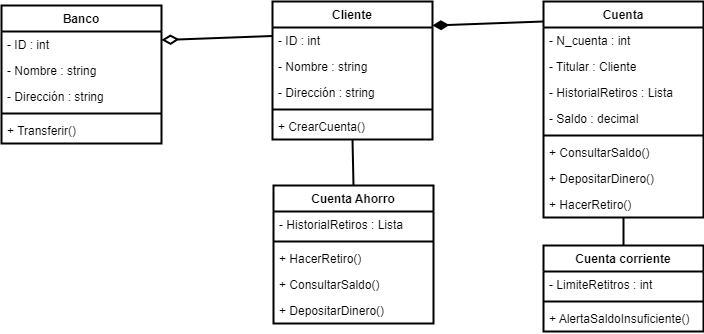
Earlier version of the draw.io export Ejercicios_Modelado/Taller3PNG.drawio.png (Oscar-UCT/Ejercicos_Modelado). Source tidied: cells renumbered, new cells last; positions are measured from the earlier drawing's top-left corner, leaving out a move shared by most shapes.
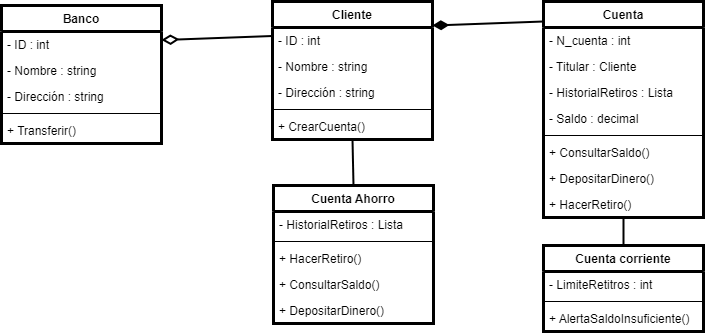
The same file after the commit.

Diff of the diagram source:
```diff
@@ -2,97 +2,97 @@
   <root>
     <mxCell id="0" />
     <mxCell id="1" parent="0" />
-    <mxCell id="2" value="Banco" style="swimlane;fontStyle=1;align=center;verticalAlign=top;horizontal=1;startSize=26;strokeWidth=2;fontColor=#000000;" parent="1" vertex="1">
+    <mxCell id="2" value="Banco" style="swimlane;fontStyle=1;align=center;verticalAlign=top;horizontal=1;startSize=26;strokeWidth=3;fontColor=#000000;" parent="1" vertex="1">
       <mxGeometry y="4" width="160" height="138" as="geometry" />
     </mxCell>
-    <mxCell id="3" value="- ID : int" style="text;strokeColor=none;fillColor=none;align=left;verticalAlign=top;spacingLeft=4;spacingRight=4;overflow=hidden;strokeWidth=2;fontColor=#000000;" parent="2" vertex="1">
+    <mxCell id="3" value="- ID : int" style="text;strokeColor=none;fillColor=none;align=left;verticalAlign=top;spacingLeft=4;spacingRight=4;overflow=hidden;strokeWidth=3;fontColor=#000000;" parent="2" vertex="1">
       <mxGeometry y="26" width="160" height="26" as="geometry" />
     </mxCell>
-    <mxCell id="4" value="- Nombre : string" style="text;strokeColor=none;fillColor=none;align=left;verticalAlign=top;spacingLeft=4;spacingRight=4;overflow=hidden;strokeWidth=2;fontColor=#000000;" parent="2" vertex="1">
+    <mxCell id="4" value="- Nombre : string" style="text;strokeColor=none;fillColor=none;align=left;verticalAlign=top;spacingLeft=4;spacingRight=4;overflow=hidden;strokeWidth=3;fontColor=#000000;" parent="2" vertex="1">
       <mxGeometry y="52" width="160" height="26" as="geometry" />
     </mxCell>
-    <mxCell id="5" value="- Dirección : string" style="text;strokeColor=none;fillColor=none;align=left;verticalAlign=top;spacingLeft=4;spacingRight=4;overflow=hidden;strokeWidth=2;fontColor=#000000;" parent="2" vertex="1">
+    <mxCell id="5" value="- Dirección : string" style="text;strokeColor=none;fillColor=none;align=left;verticalAlign=top;spacingLeft=4;spacingRight=4;overflow=hidden;strokeWidth=3;fontColor=#000000;" parent="2" vertex="1">
       <mxGeometry y="78" width="160" height="26" as="geometry" />
     </mxCell>
-    <mxCell id="6" style="line;strokeWidth=2;fillColor=none;align=left;verticalAlign=middle;spacingTop=-1;spacingLeft=3;spacingRight=3;labelPosition=right;strokeColor=inherit;fontColor=#000000;" parent="2" vertex="1">
+    <mxCell id="6" style="line;strokeWidth=1;fillColor=none;align=left;verticalAlign=middle;spacingTop=-1;spacingLeft=3;spacingRight=3;labelPosition=right;strokeColor=inherit;fontColor=#000000;" parent="2" vertex="1">
       <mxGeometry y="104" width="160" height="8" as="geometry" />
     </mxCell>
-    <mxCell id="7" value="+ Transferir()" style="text;strokeColor=none;fillColor=none;align=left;verticalAlign=top;spacingLeft=4;spacingRight=4;overflow=hidden;strokeWidth=2;fontColor=#000000;" parent="2" vertex="1">
+    <mxCell id="7" value="+ Transferir()" style="text;strokeColor=none;fillColor=none;align=left;verticalAlign=top;spacingLeft=4;spacingRight=4;overflow=hidden;strokeWidth=3;fontColor=#000000;" parent="2" vertex="1">
       <mxGeometry y="112" width="160" height="26" as="geometry" />
     </mxCell>
-    <mxCell id="8" value="Cliente" style="swimlane;fontStyle=1;align=center;verticalAlign=top;horizontal=1;startSize=26;strokeWidth=2;fontColor=#000000;" parent="1" vertex="1">
+    <mxCell id="8" value="Cliente" style="swimlane;fontStyle=1;align=center;verticalAlign=top;horizontal=1;startSize=26;strokeWidth=3;fontColor=#000000;" parent="1" vertex="1">
       <mxGeometry x="271" width="160" height="138" as="geometry" />
     </mxCell>
-    <mxCell id="9" value="- ID : int" style="text;strokeColor=none;fillColor=none;align=left;verticalAlign=top;spacingLeft=4;spacingRight=4;overflow=hidden;strokeWidth=2;fontColor=#000000;" parent="8" vertex="1">
+    <mxCell id="9" value="- ID : int" style="text;strokeColor=none;fillColor=none;align=left;verticalAlign=top;spacingLeft=4;spacingRight=4;overflow=hidden;strokeWidth=3;fontColor=#000000;" parent="8" vertex="1">
       <mxGeometry y="26" width="160" height="26" as="geometry" />
     </mxCell>
-    <mxCell id="10" value="- Nombre : string" style="text;strokeColor=none;fillColor=none;align=left;verticalAlign=top;spacingLeft=4;spacingRight=4;overflow=hidden;strokeWidth=2;fontColor=#000000;" parent="8" vertex="1">
+    <mxCell id="10" value="- Nombre : string" style="text;strokeColor=none;fillColor=none;align=left;verticalAlign=top;spacingLeft=4;spacingRight=4;overflow=hidden;strokeWidth=3;fontColor=#000000;" parent="8" vertex="1">
       <mxGeometry y="52" width="160" height="26" as="geometry" />
     </mxCell>
-    <mxCell id="11" value="- Dirección : string" style="text;strokeColor=none;fillColor=none;align=left;verticalAlign=top;spacingLeft=4;spacingRight=4;overflow=hidden;strokeWidth=2;fontColor=#000000;" parent="8" vertex="1">
+    <mxCell id="11" value="- Dirección : string" style="text;strokeColor=none;fillColor=none;align=left;verticalAlign=top;spacingLeft=4;spacingRight=4;overflow=hidden;strokeWidth=3;fontColor=#000000;" parent="8" vertex="1">
       <mxGeometry y="78" width="160" height="26" as="geometry" />
     </mxCell>
-    <mxCell id="12" style="line;strokeWidth=2;fillColor=none;align=left;verticalAlign=middle;spacingTop=-1;spacingLeft=3;spacingRight=3;labelPosition=right;strokeColor=inherit;fontColor=#000000;" parent="8" vertex="1">
+    <mxCell id="12" style="line;strokeWidth=1;fillColor=none;align=left;verticalAlign=middle;spacingTop=-1;spacingLeft=3;spacingRight=3;labelPosition=right;strokeColor=inherit;fontColor=#000000;" parent="8" vertex="1">
       <mxGeometry y="104" width="160" height="8" as="geometry" />
     </mxCell>
-    <mxCell id="13" value="+ CrearCuenta()" style="text;strokeColor=none;fillColor=none;align=left;verticalAlign=top;spacingLeft=4;spacingRight=4;overflow=hidden;strokeWidth=2;fontColor=#000000;" parent="8" vertex="1">
+    <mxCell id="13" value="+ CrearCuenta()" style="text;strokeColor=none;fillColor=none;align=left;verticalAlign=top;spacingLeft=4;spacingRight=4;overflow=hidden;strokeWidth=3;fontColor=#000000;" parent="8" vertex="1">
       <mxGeometry y="112" width="160" height="26" as="geometry" />
     </mxCell>
-    <mxCell id="14" value="Cuenta Ahorro" style="swimlane;fontStyle=1;align=center;verticalAlign=top;horizontal=1;startSize=26;strokeWidth=2;fontColor=#000000;" parent="1" vertex="1">
+    <mxCell id="14" value="Cuenta Ahorro" style="swimlane;fontStyle=1;align=center;verticalAlign=top;horizontal=1;startSize=26;strokeWidth=3;fontColor=#000000;" parent="1" vertex="1">
       <mxGeometry x="272" y="184" width="160" height="138" as="geometry" />
     </mxCell>
-    <mxCell id="15" value="- HistorialRetiros : Lista" style="text;strokeColor=none;fillColor=none;align=left;verticalAlign=top;spacingLeft=4;spacingRight=4;overflow=hidden;strokeWidth=2;fontColor=#000000;" parent="14" vertex="1">
+    <mxCell id="15" value="- HistorialRetiros : Lista" style="text;strokeColor=none;fillColor=none;align=left;verticalAlign=top;spacingLeft=4;spacingRight=4;overflow=hidden;strokeWidth=3;fontColor=#000000;" parent="14" vertex="1">
       <mxGeometry y="26" width="160" height="26" as="geometry" />
     </mxCell>
-    <mxCell id="16" style="line;strokeWidth=2;fillColor=none;align=left;verticalAlign=middle;spacingTop=-1;spacingLeft=3;spacingRight=3;labelPosition=right;strokeColor=inherit;fontColor=#000000;" parent="14" vertex="1">
+    <mxCell id="16" style="line;strokeWidth=1;fillColor=none;align=left;verticalAlign=middle;spacingTop=-1;spacingLeft=3;spacingRight=3;labelPosition=right;strokeColor=inherit;fontColor=#000000;" parent="14" vertex="1">
       <mxGeometry y="52" width="160" height="8" as="geometry" />
     </mxCell>
-    <mxCell id="17" value="+ HacerRetiro()" style="text;strokeColor=none;fillColor=none;align=left;verticalAlign=top;spacingLeft=4;spacingRight=4;overflow=hidden;strokeWidth=2;fontColor=#000000;" parent="14" vertex="1">
+    <mxCell id="17" value="+ HacerRetiro()" style="text;strokeColor=none;fillColor=none;align=left;verticalAlign=top;spacingLeft=4;spacingRight=4;overflow=hidden;strokeWidth=3;fontColor=#000000;" parent="14" vertex="1">
       <mxGeometry y="60" width="160" height="26" as="geometry" />
     </mxCell>
-    <mxCell id="18" value="+ ConsultarSaldo()" style="text;strokeColor=none;fillColor=none;align=left;verticalAlign=top;spacingLeft=4;spacingRight=4;overflow=hidden;strokeWidth=2;fontColor=#000000;" parent="14" vertex="1">
+    <mxCell id="18" value="+ ConsultarSaldo()" style="text;strokeColor=none;fillColor=none;align=left;verticalAlign=top;spacingLeft=4;spacingRight=4;overflow=hidden;strokeWidth=3;fontColor=#000000;" parent="14" vertex="1">
       <mxGeometry y="86" width="160" height="26" as="geometry" />
     </mxCell>
-    <mxCell id="19" value="+ DepositarDinero()" style="text;strokeColor=none;fillColor=none;align=left;verticalAlign=top;spacingLeft=4;spacingRight=4;overflow=hidden;strokeWidth=2;fontColor=#000000;" parent="14" vertex="1">
+    <mxCell id="19" value="+ DepositarDinero()" style="text;strokeColor=none;fillColor=none;align=left;verticalAlign=top;spacingLeft=4;spacingRight=4;overflow=hidden;strokeWidth=3;fontColor=#000000;" parent="14" vertex="1">
       <mxGeometry y="112" width="160" height="26" as="geometry" />
     </mxCell>
-    <mxCell id="20" value="Cuenta" style="swimlane;fontStyle=1;align=center;verticalAlign=top;horizontal=1;startSize=26;strokeWidth=2;fontColor=#000000;" parent="1" vertex="1">
+    <mxCell id="20" value="Cuenta" style="swimlane;fontStyle=1;align=center;verticalAlign=top;horizontal=1;startSize=26;strokeWidth=3;fontColor=#000000;" parent="1" vertex="1">
       <mxGeometry x="542" width="160" height="216" as="geometry" />
     </mxCell>
-    <mxCell id="21" value="- N_cuenta : int" style="text;strokeColor=none;fillColor=none;align=left;verticalAlign=top;spacingLeft=4;spacingRight=4;overflow=hidden;strokeWidth=2;fontColor=#000000;" parent="20" vertex="1">
+    <mxCell id="21" value="- N_cuenta : int" style="text;strokeColor=none;fillColor=none;align=left;verticalAlign=top;spacingLeft=4;spacingRight=4;overflow=hidden;strokeWidth=3;fontColor=#000000;" parent="20" vertex="1">
       <mxGeometry y="26" width="160" height="26" as="geometry" />
     </mxCell>
-    <mxCell id="22" value="- Titular : Cliente" style="text;strokeColor=none;fillColor=none;align=left;verticalAlign=top;spacingLeft=4;spacingRight=4;overflow=hidden;strokeWidth=2;fontColor=#000000;" parent="20" vertex="1">
+    <mxCell id="22" value="- Titular : Cliente" style="text;strokeColor=none;fillColor=none;align=left;verticalAlign=top;spacingLeft=4;spacingRight=4;overflow=hidden;strokeWidth=3;fontColor=#000000;" parent="20" vertex="1">
       <mxGeometry y="52" width="160" height="26" as="geometry" />
     </mxCell>
-    <mxCell id="23" value="- HistorialRetiros : Lista" style="text;strokeColor=none;fillColor=none;align=left;verticalAlign=top;spacingLeft=4;spacingRight=4;overflow=hidden;strokeWidth=2;fontColor=#000000;" parent="20" vertex="1">
+    <mxCell id="23" value="- HistorialRetiros : Lista" style="text;strokeColor=none;fillColor=none;align=left;verticalAlign=top;spacingLeft=4;spacingRight=4;overflow=hidden;strokeWidth=3;fontColor=#000000;" parent="20" vertex="1">
       <mxGeometry y="78" width="160" height="26" as="geometry" />
     </mxCell>
-    <mxCell id="24" value="- Saldo : decimal" style="text;strokeColor=none;fillColor=none;align=left;verticalAlign=top;spacingLeft=4;spacingRight=4;overflow=hidden;strokeWidth=2;fontColor=#000000;" parent="20" vertex="1">
+    <mxCell id="24" value="- Saldo : decimal" style="text;strokeColor=none;fillColor=none;align=left;verticalAlign=top;spacingLeft=4;spacingRight=4;overflow=hidden;strokeWidth=3;fontColor=#000000;" parent="20" vertex="1">
       <mxGeometry y="104" width="160" height="26" as="geometry" />
     </mxCell>
-    <mxCell id="25" style="line;strokeWidth=2;fillColor=none;align=left;verticalAlign=middle;spacingTop=-1;spacingLeft=3;spacingRight=3;labelPosition=right;strokeColor=inherit;fontColor=#000000;" parent="20" vertex="1">
+    <mxCell id="25" style="line;strokeWidth=1;fillColor=none;align=left;verticalAlign=middle;spacingTop=-1;spacingLeft=3;spacingRight=3;labelPosition=right;strokeColor=inherit;fontColor=#000000;" parent="20" vertex="1">
       <mxGeometry y="130" width="160" height="8" as="geometry" />
     </mxCell>
-    <mxCell id="26" value="+ ConsultarSaldo()" style="text;strokeColor=none;fillColor=none;align=left;verticalAlign=top;spacingLeft=4;spacingRight=4;overflow=hidden;strokeWidth=2;fontColor=#000000;" parent="20" vertex="1">
+    <mxCell id="26" value="+ ConsultarSaldo()" style="text;strokeColor=none;fillColor=none;align=left;verticalAlign=top;spacingLeft=4;spacingRight=4;overflow=hidden;strokeWidth=3;fontColor=#000000;" parent="20" vertex="1">
       <mxGeometry y="138" width="160" height="26" as="geometry" />
     </mxCell>
-    <mxCell id="27" value="+ DepositarDinero()" style="text;strokeColor=none;fillColor=none;align=left;verticalAlign=top;spacingLeft=4;spacingRight=4;overflow=hidden;strokeWidth=2;fontColor=#000000;" parent="20" vertex="1">
+    <mxCell id="27" value="+ DepositarDinero()" style="text;strokeColor=none;fillColor=none;align=left;verticalAlign=top;spacingLeft=4;spacingRight=4;overflow=hidden;strokeWidth=3;fontColor=#000000;" parent="20" vertex="1">
       <mxGeometry y="164" width="160" height="26" as="geometry" />
     </mxCell>
-    <mxCell id="28" value="+ HacerRetiro()" style="text;strokeColor=none;fillColor=none;align=left;verticalAlign=top;spacingLeft=4;spacingRight=4;overflow=hidden;strokeWidth=2;fontColor=#000000;" parent="20" vertex="1">
+    <mxCell id="28" value="+ HacerRetiro()" style="text;strokeColor=none;fillColor=none;align=left;verticalAlign=top;spacingLeft=4;spacingRight=4;overflow=hidden;strokeWidth=3;fontColor=#000000;" parent="20" vertex="1">
       <mxGeometry y="190" width="160" height="26" as="geometry" />
     </mxCell>
-    <mxCell id="29" value="Cuenta corriente" style="swimlane;fontStyle=1;align=center;verticalAlign=top;horizontal=1;startSize=26;strokeWidth=2;fontColor=#000000;" parent="1" vertex="1">
+    <mxCell id="29" value="Cuenta corriente" style="swimlane;fontStyle=1;align=center;verticalAlign=top;horizontal=1;startSize=26;strokeWidth=3;fontColor=#000000;" parent="1" vertex="1">
       <mxGeometry x="542" y="244" width="160" height="86" as="geometry" />
     </mxCell>
-    <mxCell id="30" value="- LimiteRetitros : int" style="text;strokeColor=none;fillColor=none;align=left;verticalAlign=top;spacingLeft=4;spacingRight=4;overflow=hidden;strokeWidth=2;fontColor=#000000;" parent="29" vertex="1">
+    <mxCell id="30" value="- LimiteRetitros : int" style="text;strokeColor=none;fillColor=none;align=left;verticalAlign=top;spacingLeft=4;spacingRight=4;overflow=hidden;strokeWidth=3;fontColor=#000000;" parent="29" vertex="1">
       <mxGeometry y="26" width="160" height="26" as="geometry" />
     </mxCell>
-    <mxCell id="31" style="line;strokeWidth=2;fillColor=none;align=left;verticalAlign=middle;spacingTop=-1;spacingLeft=3;spacingRight=3;labelPosition=right;strokeColor=inherit;fontColor=#000000;" parent="29" vertex="1">
+    <mxCell id="31" style="line;strokeWidth=1;fillColor=none;align=left;verticalAlign=middle;spacingTop=-1;spacingLeft=3;spacingRight=3;labelPosition=right;strokeColor=inherit;fontColor=#000000;" parent="29" vertex="1">
       <mxGeometry y="52" width="160" height="8" as="geometry" />
     </mxCell>
-    <mxCell id="32" value="+ AlertaSaldoInsuficiente()" style="text;strokeColor=none;fillColor=none;align=left;verticalAlign=top;spacingLeft=4;spacingRight=4;overflow=hidden;strokeWidth=2;fontColor=#000000;" parent="29" vertex="1">
+    <mxCell id="32" value="+ AlertaSaldoInsuficiente()" style="text;strokeColor=none;fillColor=none;align=left;verticalAlign=top;spacingLeft=4;spacingRight=4;overflow=hidden;strokeWidth=3;fontColor=#000000;" parent="29" vertex="1">
       <mxGeometry y="60" width="160" height="26" as="geometry" />
     </mxCell>
     <mxCell id="33" style="endArrow=diamondThin;endFill=0;endSize=12;html=1;strokeWidth=2;exitX=0;exitY=0.25;exitDx=0;exitDy=0;entryX=1;entryY=0.25;entryDx=0;entryDy=0;fontColor=#000000;" parent="1" edge="1" source="8" target="2">
```
